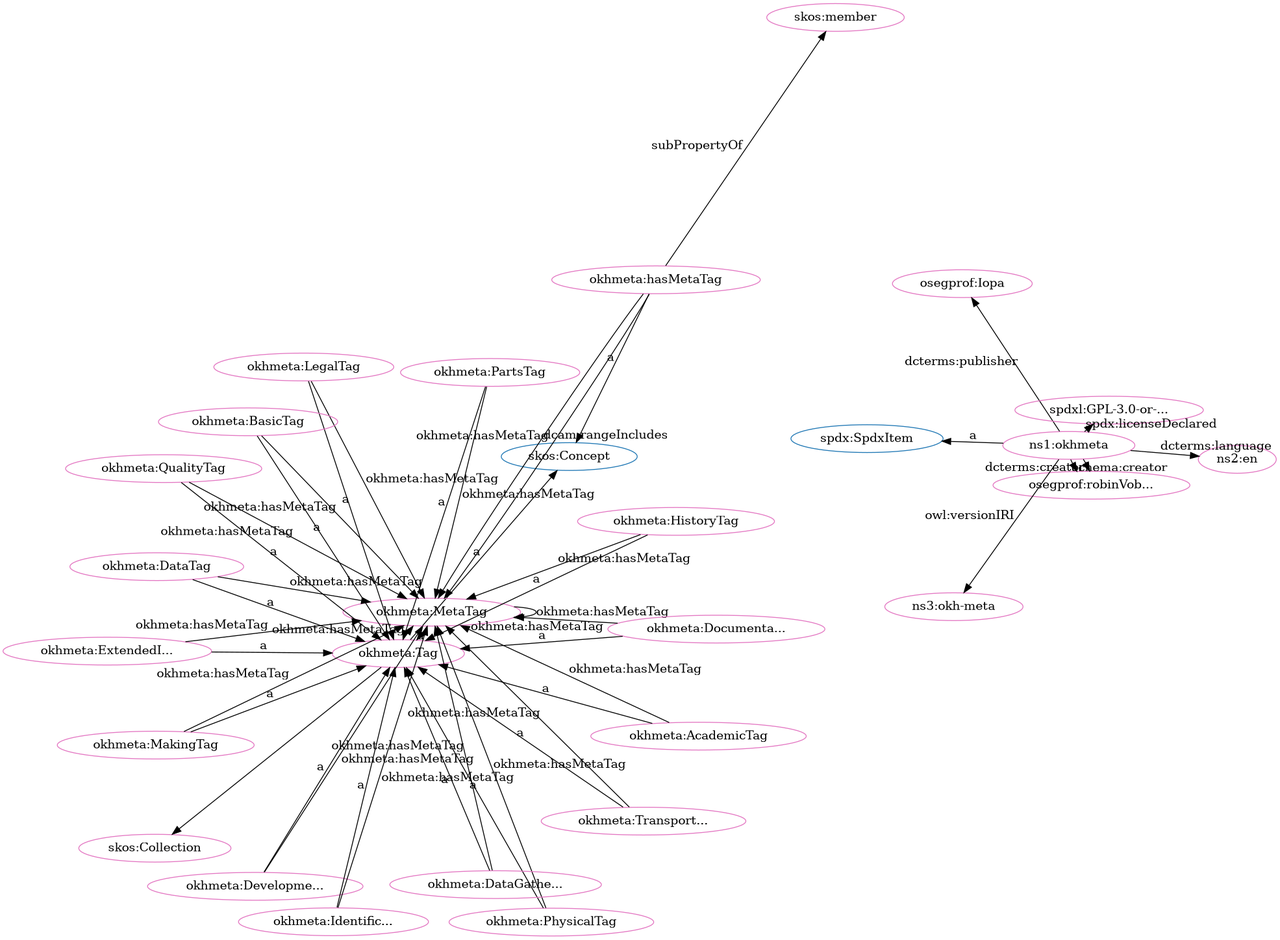
This is src/spec/dot_okh-meta-clean.png from iop-alliance/OpenKnowHow, a Graphviz export, as it was before one commit. Its source is kept beside it as src/spec/dot_okh-meta-clean.dot.
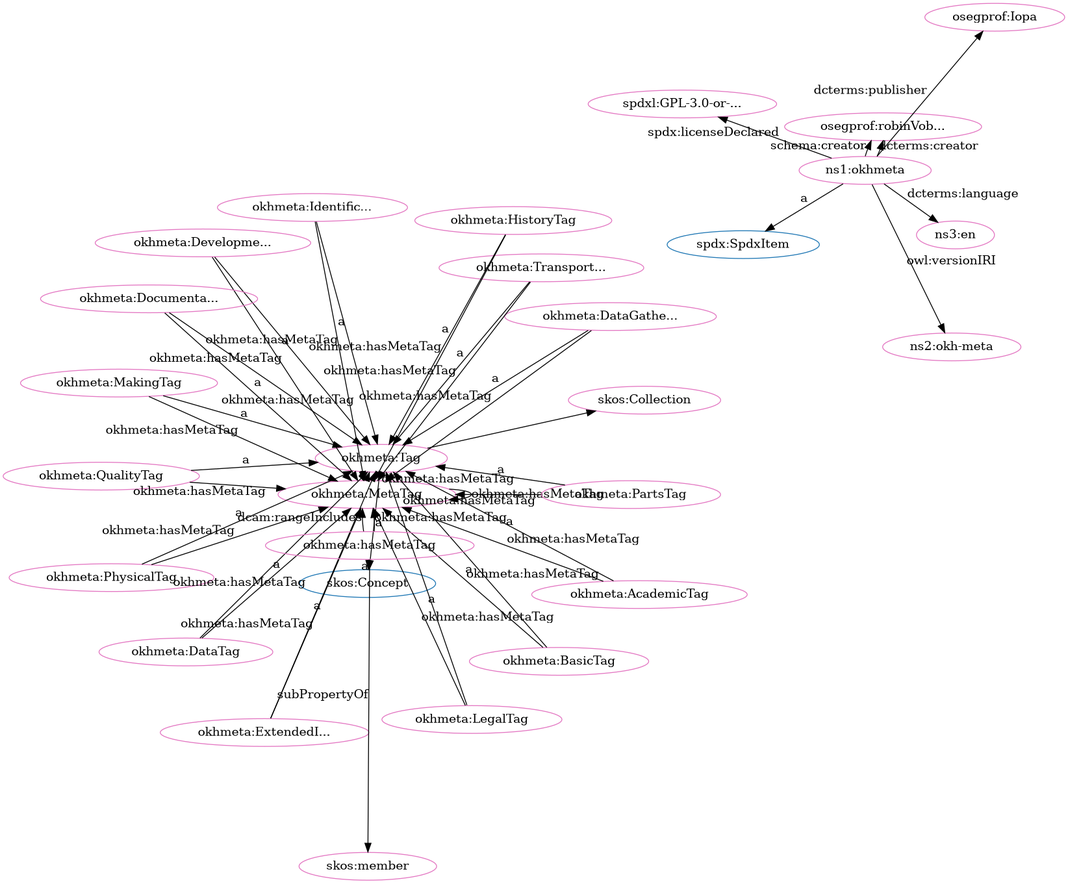
After the commit.

The edit, as a diff of the source:
```diff
@@ -1,80 +1,80 @@
 digraph G {
   rankdir=BT
   node[height=.3]
+"http://w3id.org/oseg/ont/okhmeta#Tag" [fillcolor="#1f77b4" color="#1f77b4" label="okhmeta:Tag"]
 "http://www.w3.org/2004/02/skos/core#Collection" [fillcolor="#1f77b4" color="#1f77b4" label="skos:Collection"]
 "http://www.w3.org/2004/02/skos/core#Concept" [fillcolor="#1f77b4" color="#1f77b4" label="skos:Concept"]
-"http://w3id.org/oseg/ont/okhmeta#Tag" [fillcolor="#1f77b4" color="#1f77b4" label="okhmeta:Tag"]
 "http://spdx.org/rdf/terms#SpdxItem" [fillcolor="#1f77b4" color="#1f77b4" label="spdx:SpdxItem"]
 "http://w3id.org/oseg/ont/okhmeta#MetaTag" [fillcolor="#e377c2" color="#e377c2" label="okhmeta:MetaTag"]
+"http://w3id.org/oseg/ont/okhmeta" [fillcolor="#e377c2" color="#e377c2" label="ns1:okhmeta"]
+"http://w3id.org/oseg/ont/okhmeta#AcademicTag" [fillcolor="#e377c2" color="#e377c2" label="okhmeta:AcademicTag"]
+"http://w3id.org/oseg/ont/okhmeta#DataGatheringTag" [fillcolor="#e377c2" color="#e377c2" label="okhmeta:DataGathe..."]
+"http://w3id.org/oseg/ont/okhmeta#DevelopmentTag" [fillcolor="#e377c2" color="#e377c2" label="okhmeta:Developme..."]
+"http://www.w3.org/2004/02/skos/core#member" [fillcolor="#e377c2" color="#e377c2" label="skos:member"]
+"http://w3id.org/oseg/ont/okhmeta#LegalTag" [fillcolor="#e377c2" color="#e377c2" label="okhmeta:LegalTag"]
+"http://w3id.org/oseg/ont/okhmeta#PartsTag" [fillcolor="#e377c2" color="#e377c2" label="okhmeta:PartsTag"]
+"http://w3id.org/oseg/ont/okhmeta#PhysicalTag" [fillcolor="#e377c2" color="#e377c2" label="okhmeta:PhysicalTag"]
+"http://w3id.org/oseg/ont/1.1.0/okh-meta" [fillcolor="#e377c2" color="#e377c2" label="ns2:okh-meta"]
+"http://w3id.org/oseg/ont/oseg-profiles#robinVobruba" [fillcolor="#e377c2" color="#e377c2" label="osegprof:robinVob..."]
+"http://w3id.org/oseg/ont/oseg-profiles#Iopa" [fillcolor="#e377c2" color="#e377c2" label="osegprof:Iopa"]
+"http://w3id.org/oseg/ont/okhmeta#DataTag" [fillcolor="#e377c2" color="#e377c2" label="okhmeta:DataTag"]
+"http://w3id.org/oseg/ont/okhmeta#TransportationTag" [fillcolor="#e377c2" color="#e377c2" label="okhmeta:Transport..."]
+"http://w3id.org/oseg/ont/okhmeta#HistoryTag" [fillcolor="#e377c2" color="#e377c2" label="okhmeta:HistoryTag"]
+"http://www.w3.org/2004/02/skos/core#Collection" [fillcolor="#e377c2" color="#e377c2" label="skos:Collection"]
 "http://w3id.org/oseg/ont/okhmeta#QualityTag" [fillcolor="#e377c2" color="#e377c2" label="okhmeta:QualityTag"]
+"http://spdx.org/licenses/GPL-3.0-or-later" [fillcolor="#e377c2" color="#e377c2" label="spdxl:GPL-3.0-or-..."]
+"http://w3id.org/oseg/ont/okhmeta#BasicTag" [fillcolor="#e377c2" color="#e377c2" label="okhmeta:BasicTag"]
+"http://w3id.org/oseg/ont/okhmeta#ExtendedInfoTag" [fillcolor="#e377c2" color="#e377c2" label="okhmeta:ExtendedI..."]
+"http://w3id.org/oseg/ont/okhmeta#DocumentationTag" [fillcolor="#e377c2" color="#e377c2" label="okhmeta:Documenta..."]
+"http://w3id.org/oseg/ont/okhmeta#IdentificationTag" [fillcolor="#e377c2" color="#e377c2" label="okhmeta:Identific..."]
+"http://id.loc.gov/vocabulary/iso639-1/en" [fillcolor="#e377c2" color="#e377c2" label="ns3:en"]
+"http://w3id.org/oseg/ont/okhmeta#MakingTag" [fillcolor="#e377c2" color="#e377c2" label="okhmeta:MakingTag"]
 "http://w3id.org/oseg/ont/okhmeta#hasMetaTag" [fillcolor="#e377c2" color="#e377c2" label="okhmeta:hasMetaTag"]
-"http://w3id.org/oseg/ont/okhmeta#DevelopmentTag" [fillcolor="#e377c2" color="#e377c2" label="okhmeta:Developme..."]
-"http://w3id.org/oseg/ont/oseg-profiles#robinVobruba" [fillcolor="#e377c2" color="#e377c2" label="osegprof:robinVob..."]
-"http://w3id.org/oseg/ont/okhmeta#PhysicalTag" [fillcolor="#e377c2" color="#e377c2" label="okhmeta:PhysicalTag"]
-"http://w3id.org/oseg/ont/okhmeta" [fillcolor="#e377c2" color="#e377c2" label="ns1:okhmeta"]
-"http://w3id.org/oseg/ont/okhmeta#DataTag" [fillcolor="#e377c2" color="#e377c2" label="okhmeta:DataTag"]
-"http://w3id.org/oseg/ont/okhmeta#AcademicTag" [fillcolor="#e377c2" color="#e377c2" label="okhmeta:AcademicTag"]
-"http://w3id.org/oseg/ont/okhmeta#TransportationTag" [fillcolor="#e377c2" color="#e377c2" label="okhmeta:Transport..."]
-"http://w3id.org/oseg/ont/okhmeta#LegalTag" [fillcolor="#e377c2" color="#e377c2" label="okhmeta:LegalTag"]
-"http://w3id.org/oseg/ont/okhmeta#IdentificationTag" [fillcolor="#e377c2" color="#e377c2" label="okhmeta:Identific..."]
-"http://w3id.org/oseg/ont/okhmeta#HistoryTag" [fillcolor="#e377c2" color="#e377c2" label="okhmeta:HistoryTag"]
-"http://w3id.org/oseg/ont/oseg-profiles#Iopa" [fillcolor="#e377c2" color="#e377c2" label="osegprof:Iopa"]
-"http://id.loc.gov/vocabulary/iso639-1/en" [fillcolor="#e377c2" color="#e377c2" label="ns2:en"]
-"http://www.w3.org/2004/02/skos/core#Collection" [fillcolor="#e377c2" color="#e377c2" label="skos:Collection"]
-"http://w3id.org/oseg/ont/okhmeta#DocumentationTag" [fillcolor="#e377c2" color="#e377c2" label="okhmeta:Documenta..."]
-"http://w3id.org/oseg/ont/okhmeta#DataGatheringTag" [fillcolor="#e377c2" color="#e377c2" label="okhmeta:DataGathe..."]
-"http://w3id.org/oseg/ont/okhmeta#ExtendedInfoTag" [fillcolor="#e377c2" color="#e377c2" label="okhmeta:ExtendedI..."]
-"http://spdx.org/licenses/GPL-3.0-or-later" [fillcolor="#e377c2" color="#e377c2" label="spdxl:GPL-3.0-or-..."]
 "http://w3id.org/oseg/ont/okhmeta#Tag" [fillcolor="#e377c2" color="#e377c2" label="okhmeta:Tag"]
-"http://w3id.org/oseg/ont/1.1.0/okh-meta" [fillcolor="#e377c2" color="#e377c2" label="ns3:okh-meta"]
-"http://www.w3.org/2004/02/skos/core#member" [fillcolor="#e377c2" color="#e377c2" label="skos:member"]
-"http://w3id.org/oseg/ont/okhmeta#MakingTag" [fillcolor="#e377c2" color="#e377c2" label="okhmeta:MakingTag"]
-"http://w3id.org/oseg/ont/okhmeta#BasicTag" [fillcolor="#e377c2" color="#e377c2" label="okhmeta:BasicTag"]
-"http://w3id.org/oseg/ont/okhmeta#PartsTag" [fillcolor="#e377c2" color="#e377c2" label="okhmeta:PartsTag"]
+  "http://w3id.org/oseg/ont/okhmeta#hasMetaTag" -> "http://w3id.org/oseg/ont/okhmeta#MetaTag" [label="dcam:rangeIncludes"]
+  "http://w3id.org/oseg/ont/okhmeta#DevelopmentTag" -> "http://w3id.org/oseg/ont/okhmeta#Tag" [label="a"]
+  "http://w3id.org/oseg/ont/okhmeta#PartsTag" -> "http://w3id.org/oseg/ont/okhmeta#Tag" [label="a"]
+  "http://w3id.org/oseg/ont/okhmeta#QualityTag" -> "http://w3id.org/oseg/ont/okhmeta#MetaTag" [label="okhmeta:hasMetaTag"]
+  "http://w3id.org/oseg/ont/okhmeta#MetaTag" -> "http://w3id.org/oseg/ont/okhmeta#MetaTag" [label="okhmeta:hasMetaTag"]
+  "http://w3id.org/oseg/ont/okhmeta#ExtendedInfoTag" -> "http://w3id.org/oseg/ont/okhmeta#MetaTag" [label="okhmeta:hasMetaTag"]
+  "http://w3id.org/oseg/ont/okhmeta" -> "http://w3id.org/oseg/ont/oseg-profiles#Iopa" [label="dcterms:publisher"]
+  "http://w3id.org/oseg/ont/okhmeta#Tag" -> "http://www.w3.org/2004/02/skos/core#Collection" [label=""]
+  "http://w3id.org/oseg/ont/okhmeta#QualityTag" -> "http://w3id.org/oseg/ont/okhmeta#Tag" [label="a"]
+  "http://w3id.org/oseg/ont/okhmeta#MetaTag" -> "http://w3id.org/oseg/ont/okhmeta#Tag" [label="a"]
+  "http://w3id.org/oseg/ont/okhmeta#IdentificationTag" -> "http://w3id.org/oseg/ont/okhmeta#MetaTag" [label="okhmeta:hasMetaTag"]
+  "http://w3id.org/oseg/ont/okhmeta#ExtendedInfoTag" -> "http://w3id.org/oseg/ont/okhmeta#Tag" [label="a"]
+  "http://w3id.org/oseg/ont/okhmeta#IdentificationTag" -> "http://w3id.org/oseg/ont/okhmeta#Tag" [label="a"]
+  "http://w3id.org/oseg/ont/okhmeta#DataTag" -> "http://w3id.org/oseg/ont/okhmeta#MetaTag" [label="okhmeta:hasMetaTag"]
+  "http://w3id.org/oseg/ont/okhmeta" -> "http://spdx.org/rdf/terms#SpdxItem" [label="a"]
+  "http://w3id.org/oseg/ont/okhmeta#TransportationTag" -> "http://w3id.org/oseg/ont/okhmeta#MetaTag" [label="okhmeta:hasMetaTag"]
+  "http://w3id.org/oseg/ont/okhmeta#hasMetaTag" -> "http://w3id.org/oseg/ont/okhmeta#MetaTag" [label="okhmeta:hasMetaTag"]
+  "http://w3id.org/oseg/ont/okhmeta#DataGatheringTag" -> "http://w3id.org/oseg/ont/okhmeta#MetaTag" [label="okhmeta:hasMetaTag"]
+  "http://w3id.org/oseg/ont/okhmeta#AcademicTag" -> "http://w3id.org/oseg/ont/okhmeta#MetaTag" [label="okhmeta:hasMetaTag"]
+  "http://w3id.org/oseg/ont/okhmeta#Tag" -> "http://www.w3.org/2004/02/skos/core#Concept" [label="a"]
+  "http://w3id.org/oseg/ont/okhmeta#LegalTag" -> "http://w3id.org/oseg/ont/okhmeta#MetaTag" [label="okhmeta:hasMetaTag"]
   "http://w3id.org/oseg/ont/okhmeta#PhysicalTag" -> "http://w3id.org/oseg/ont/okhmeta#MetaTag" [label="okhmeta:hasMetaTag"]
-  "http://w3id.org/oseg/ont/okhmeta#AcademicTag" -> "http://w3id.org/oseg/ont/okhmeta#MetaTag" [label="okhmeta:hasMetaTag"]
-  "http://w3id.org/oseg/ont/okhmeta#HistoryTag" -> "http://w3id.org/oseg/ont/okhmeta#MetaTag" [label="okhmeta:hasMetaTag"]
-  "http://w3id.org/oseg/ont/okhmeta#Tag" -> "http://w3id.org/oseg/ont/okhmeta#MetaTag" [label="okhmeta:hasMetaTag"]
-  "http://w3id.org/oseg/ont/okhmeta#DataGatheringTag" -> "http://w3id.org/oseg/ont/okhmeta#MetaTag" [label="okhmeta:hasMetaTag"]
-  "http://w3id.org/oseg/ont/okhmeta#ExtendedInfoTag" -> "http://w3id.org/oseg/ont/okhmeta#MetaTag" [label="okhmeta:hasMetaTag"]
+  "http://w3id.org/oseg/ont/okhmeta#AcademicTag" -> "http://w3id.org/oseg/ont/okhmeta#Tag" [label="a"]
+  "http://w3id.org/oseg/ont/okhmeta#DataGatheringTag" -> "http://w3id.org/oseg/ont/okhmeta#Tag" [label="a"]
+  "http://w3id.org/oseg/ont/okhmeta#hasMetaTag" -> "http://www.w3.org/2004/02/skos/core#member" [label="subPropertyOf"]
+  "http://w3id.org/oseg/ont/okhmeta#LegalTag" -> "http://w3id.org/oseg/ont/okhmeta#Tag" [label="a"]
+  "http://w3id.org/oseg/ont/okhmeta#PhysicalTag" -> "http://w3id.org/oseg/ont/okhmeta#Tag" [label="a"]
+  "http://w3id.org/oseg/ont/okhmeta" -> "http://w3id.org/oseg/ont/1.1.0/okh-meta" [label="owl:versionIRI"]
+  "http://w3id.org/oseg/ont/okhmeta" -> "http://w3id.org/oseg/ont/oseg-profiles#robinVobruba" [label="schema:creator"]
+  "http://w3id.org/oseg/ont/okhmeta#BasicTag" -> "http://w3id.org/oseg/ont/okhmeta#MetaTag" [label="okhmeta:hasMetaTag"]
+  "http://w3id.org/oseg/ont/okhmeta#DevelopmentTag" -> "http://w3id.org/oseg/ont/okhmeta#MetaTag" [label="okhmeta:hasMetaTag"]
   "http://w3id.org/oseg/ont/okhmeta#DataTag" -> "http://w3id.org/oseg/ont/okhmeta#Tag" [label="a"]
   "http://w3id.org/oseg/ont/okhmeta#TransportationTag" -> "http://w3id.org/oseg/ont/okhmeta#Tag" [label="a"]
-  "http://w3id.org/oseg/ont/okhmeta#LegalTag" -> "http://w3id.org/oseg/ont/okhmeta#Tag" [label="a"]
-  "http://w3id.org/oseg/ont/okhmeta#IdentificationTag" -> "http://w3id.org/oseg/ont/okhmeta#Tag" [label="a"]
+  "http://w3id.org/oseg/ont/okhmeta#HistoryTag" -> "http://w3id.org/oseg/ont/okhmeta#Tag" [label="a"]
+  "http://w3id.org/oseg/ont/okhmeta#DocumentationTag" -> "http://w3id.org/oseg/ont/okhmeta#MetaTag" [label="okhmeta:hasMetaTag"]
+  "http://w3id.org/oseg/ont/okhmeta" -> "http://spdx.org/licenses/GPL-3.0-or-later" [label="spdx:licenseDeclared"]
+  "http://w3id.org/oseg/ont/okhmeta#BasicTag" -> "http://w3id.org/oseg/ont/okhmeta#Tag" [label="a"]
+  "http://w3id.org/oseg/ont/okhmeta#MakingTag" -> "http://w3id.org/oseg/ont/okhmeta#MetaTag" [label="okhmeta:hasMetaTag"]
+  "http://w3id.org/oseg/ont/okhmeta#DocumentationTag" -> "http://w3id.org/oseg/ont/okhmeta#Tag" [label="a"]
+  "http://w3id.org/oseg/ont/okhmeta#HistoryTag" -> "http://w3id.org/oseg/ont/okhmeta#MetaTag" [label="okhmeta:hasMetaTag"]
+  "http://w3id.org/oseg/ont/okhmeta" -> "http://id.loc.gov/vocabulary/iso639-1/en" [label="dcterms:language"]
+  "http://w3id.org/oseg/ont/okhmeta#MakingTag" -> "http://w3id.org/oseg/ont/okhmeta#Tag" [label="a"]
+  "http://w3id.org/oseg/ont/okhmeta#Tag" -> "http://w3id.org/oseg/ont/okhmeta#MetaTag" [label="okhmeta:hasMetaTag"]
   "http://w3id.org/oseg/ont/okhmeta" -> "http://w3id.org/oseg/ont/oseg-profiles#robinVobruba" [label="dcterms:creator"]
-  "http://w3id.org/oseg/ont/okhmeta#DocumentationTag" -> "http://w3id.org/oseg/ont/okhmeta#Tag" [label="a"]
-  "http://w3id.org/oseg/ont/okhmeta#MetaTag" -> "http://w3id.org/oseg/ont/okhmeta#Tag" [label="a"]
-  "http://w3id.org/oseg/ont/okhmeta#Tag" -> "http://www.w3.org/2004/02/skos/core#Concept" [label="a"]
-  "http://w3id.org/oseg/ont/okhmeta#IdentificationTag" -> "http://w3id.org/oseg/ont/okhmeta#MetaTag" [label="okhmeta:hasMetaTag"]
-  "http://w3id.org/oseg/ont/okhmeta#MakingTag" -> "http://w3id.org/oseg/ont/okhmeta#MetaTag" [label="okhmeta:hasMetaTag"]
-  "http://w3id.org/oseg/ont/okhmeta#DocumentationTag" -> "http://w3id.org/oseg/ont/okhmeta#MetaTag" [label="okhmeta:hasMetaTag"]
-  "http://w3id.org/oseg/ont/okhmeta" -> "http://w3id.org/oseg/ont/1.1.0/okh-meta" [label="owl:versionIRI"]
-  "http://w3id.org/oseg/ont/okhmeta#hasMetaTag" -> "http://www.w3.org/2004/02/skos/core#member" [label="subPropertyOf"]
-  "http://w3id.org/oseg/ont/okhmeta#BasicTag" -> "http://w3id.org/oseg/ont/okhmeta#Tag" [label="a"]
-  "http://w3id.org/oseg/ont/okhmeta#PartsTag" -> "http://w3id.org/oseg/ont/okhmeta#Tag" [label="a"]
-  "http://w3id.org/oseg/ont/okhmeta#QualityTag" -> "http://w3id.org/oseg/ont/okhmeta#Tag" [label="a"]
-  "http://w3id.org/oseg/ont/okhmeta#DataTag" -> "http://w3id.org/oseg/ont/okhmeta#MetaTag" [label="okhmeta:hasMetaTag"]
-  "http://w3id.org/oseg/ont/okhmeta#TransportationTag" -> "http://w3id.org/oseg/ont/okhmeta#MetaTag" [label="okhmeta:hasMetaTag"]
-  "http://w3id.org/oseg/ont/okhmeta#LegalTag" -> "http://w3id.org/oseg/ont/okhmeta#MetaTag" [label="okhmeta:hasMetaTag"]
-  "http://w3id.org/oseg/ont/okhmeta#DevelopmentTag" -> "http://w3id.org/oseg/ont/okhmeta#Tag" [label="a"]
-  "http://w3id.org/oseg/ont/okhmeta" -> "http://w3id.org/oseg/ont/oseg-profiles#robinVobruba" [label="schema:creator"]
-  "http://w3id.org/oseg/ont/okhmeta#PhysicalTag" -> "http://w3id.org/oseg/ont/okhmeta#Tag" [label="a"]
-  "http://w3id.org/oseg/ont/okhmeta#AcademicTag" -> "http://w3id.org/oseg/ont/okhmeta#Tag" [label="a"]
-  "http://w3id.org/oseg/ont/okhmeta#hasMetaTag" -> "http://w3id.org/oseg/ont/okhmeta#MetaTag" [label="okhmeta:hasMetaTag"]
-  "http://w3id.org/oseg/ont/okhmeta" -> "http://spdx.org/rdf/terms#SpdxItem" [label="a"]
-  "http://w3id.org/oseg/ont/okhmeta#HistoryTag" -> "http://w3id.org/oseg/ont/okhmeta#Tag" [label="a"]
-  "http://w3id.org/oseg/ont/okhmeta#DevelopmentTag" -> "http://w3id.org/oseg/ont/okhmeta#MetaTag" [label="okhmeta:hasMetaTag"]
-  "http://w3id.org/oseg/ont/okhmeta" -> "http://w3id.org/oseg/ont/oseg-profiles#Iopa" [label="dcterms:publisher"]
-  "http://w3id.org/oseg/ont/okhmeta" -> "http://id.loc.gov/vocabulary/iso639-1/en" [label="dcterms:language"]
-  "http://w3id.org/oseg/ont/okhmeta#Tag" -> "http://www.w3.org/2004/02/skos/core#Collection" [label=""]
-  "http://w3id.org/oseg/ont/okhmeta#DataGatheringTag" -> "http://w3id.org/oseg/ont/okhmeta#Tag" [label="a"]
-  "http://w3id.org/oseg/ont/okhmeta#ExtendedInfoTag" -> "http://w3id.org/oseg/ont/okhmeta#Tag" [label="a"]
-  "http://w3id.org/oseg/ont/okhmeta#hasMetaTag" -> "http://w3id.org/oseg/ont/okhmeta#MetaTag" [label="dcam:rangeIncludes"]
-  "http://w3id.org/oseg/ont/okhmeta" -> "http://spdx.org/licenses/GPL-3.0-or-later" [label="spdx:licenseDeclared"]
-  "http://w3id.org/oseg/ont/okhmeta#BasicTag" -> "http://w3id.org/oseg/ont/okhmeta#MetaTag" [label="okhmeta:hasMetaTag"]
+  "http://w3id.org/oseg/ont/okhmeta#hasMetaTag" -> "http://www.w3.org/2004/02/skos/core#Concept" [label="a"]
   "http://w3id.org/oseg/ont/okhmeta#PartsTag" -> "http://w3id.org/oseg/ont/okhmeta#MetaTag" [label="okhmeta:hasMetaTag"]
-  "http://w3id.org/oseg/ont/okhmeta#hasMetaTag" -> "http://www.w3.org/2004/02/skos/core#Concept" [label="a"]
-  "http://w3id.org/oseg/ont/okhmeta#QualityTag" -> "http://w3id.org/oseg/ont/okhmeta#MetaTag" [label="okhmeta:hasMetaTag"]
-  "http://w3id.org/oseg/ont/okhmeta#MakingTag" -> "http://w3id.org/oseg/ont/okhmeta#Tag" [label="a"]
-  "http://w3id.org/oseg/ont/okhmeta#MetaTag" -> "http://w3id.org/oseg/ont/okhmeta#MetaTag" [label="okhmeta:hasMetaTag"]
 }
```
